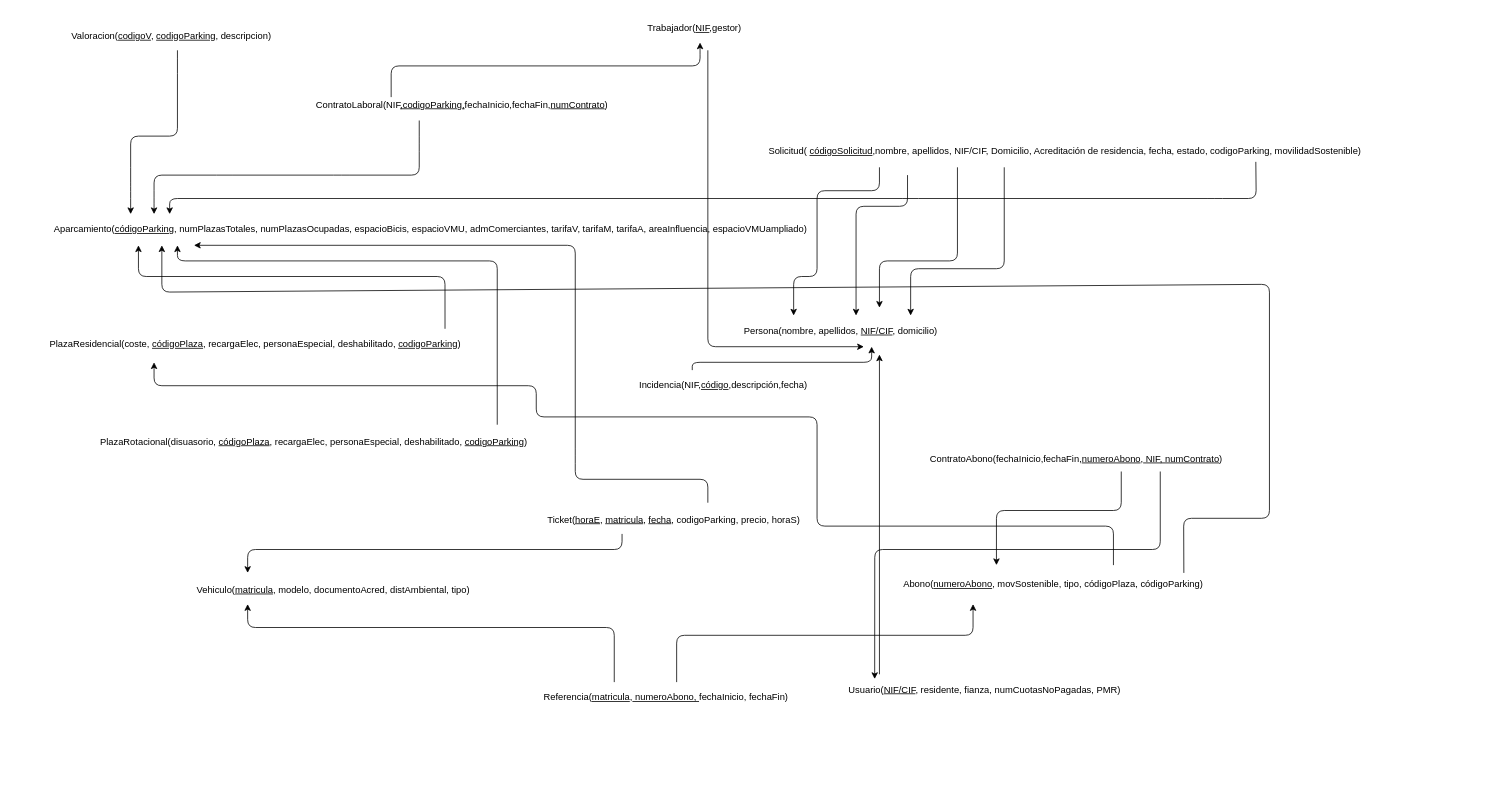
HylianPablo/ADBD keeps this draw.io diagram as diagrama_relacional.drawio. Above is the earlier version. Source tidied: cells renumbered, new cells numbered last; positions are measured from the earlier drawing's top-left corner, leaving out a move shared by most shapes. Both pictures are drawn from the tidied source at 78%, with x=0, y=0 at pixel (13, 19).
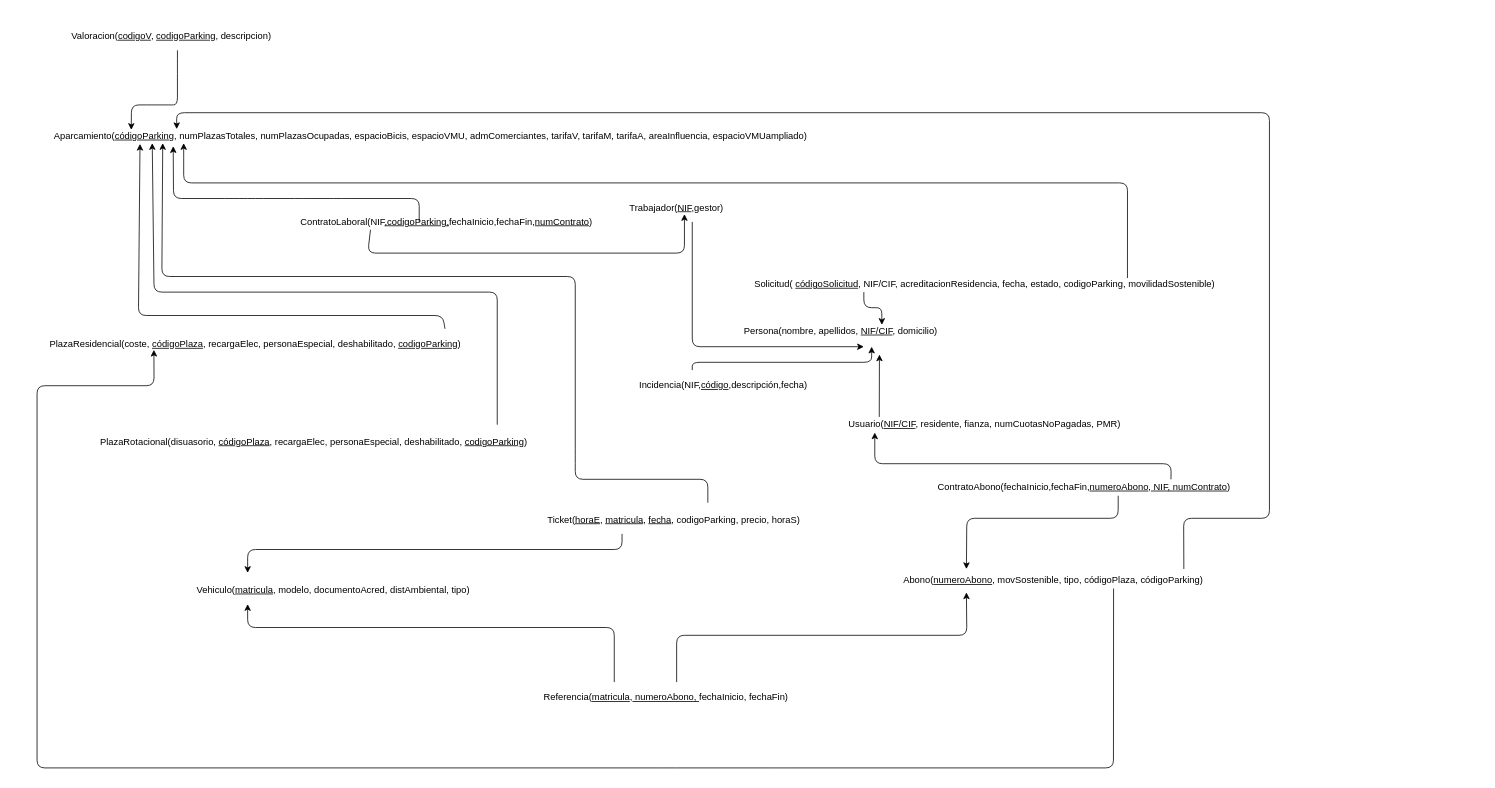
The same page after the edit.

Unchanged cells that the change refers to:
```xml
<mxCell id="6" value="&lt;p style=&quot;margin-bottom: 0cm ; line-height: 100%&quot; align=&quot;left&quot;&gt;&lt;span style=&quot;text-decoration: none&quot;&gt;PlazaResidencial(coste, &lt;/span&gt;&lt;u&gt;códigoPlaza&lt;/u&gt;&lt;span style=&quot;text-decoration: none&quot;&gt;, recargaElec, personaEspecial, deshabilitado, &lt;/span&gt;&lt;u&gt;codigoParking&lt;/u&gt;&lt;span style=&quot;text-decoration: none&quot;&gt;)&lt;/span&gt;&lt;/p&gt;" style="text;html=1;strokeColor=none;fillColor=none;align=center;verticalAlign=middle;whiteSpace=wrap;rounded=0;" parent="1" vertex="1">
  <mxGeometry y="400" width="620" height="20" as="geometry" />
</mxCell>
<mxCell id="35" value="Persona(nombre, apellidos, &lt;u&gt;NIF/CIF&lt;/u&gt;, domicilio)" style="text;html=1;align=center;verticalAlign=middle;points=[];" parent="1" vertex="1">
  <mxGeometry x="910" y="390" width="300" height="20" as="geometry" />
</mxCell>
```

Change to the diagram source:
```diff
@@
-    <mxCell id="2" value="&lt;div&gt;Solicitud( &lt;u&gt;códigoSolicitud&lt;/u&gt;&lt;span style=&quot;text-decoration: none&quot;&gt;,nombre, apellidos, NIF/CIF, Domicilio, Acreditación de residencia, fecha, estado, codigoParking, movilidadSostenible)&lt;/span&gt;&lt;/div&gt;" style="text;html=1;strokeColor=none;fillColor=none;align=center;verticalAlign=middle;whiteSpace=wrap;rounded=0;" parent="1" vertex="1">
-      <mxGeometry x="812.5" y="160" width="1070" height="20" as="geometry" />
+    <mxCell id="2" value="&lt;div&gt;Solicitud( &lt;u&gt;códigoSolicitud&lt;/u&gt;&lt;span style=&quot;text-decoration: none&quot;&gt;, NIF/CIF, acreditacionResidencia, fecha, estado, codigoParking, movilidadSostenible)&lt;/span&gt;&lt;/div&gt;" style="text;html=1;strokeColor=none;fillColor=none;align=center;verticalAlign=middle;whiteSpace=wrap;rounded=0;" parent="1" vertex="1">
+      <mxGeometry x="710" y="330" width="1070" height="20" as="geometry" />
     </mxCell>
     <mxCell id="3" value="&lt;div align=&quot;left&quot;&gt;&lt;span style=&quot;text-decoration: none&quot;&gt;Aparcamiento(&lt;/span&gt;&lt;u&gt;códigoParking&lt;/u&gt;&lt;span style=&quot;text-decoration: none&quot;&gt;,&lt;/span&gt;&lt;span style=&quot;text-decoration: none&quot;&gt; numPlazasTotales, numPlazasOcupadas,&lt;/span&gt;&lt;span style=&quot;text-decoration: none&quot;&gt;&amp;nbsp;espacioBicis, espacioVMU, admComerciantes, tarifaV, tarifaM, tarifaA&lt;/span&gt;&lt;span style=&quot;text-decoration: none&quot;&gt;, areaInfluencia, espacioVMUampliado)&lt;/span&gt;&lt;/div&gt;" style="text;html=1;points=[];align=left;verticalAlign=top;spacingTop=-4;" parent="1" vertex="1">
-      <mxGeometry x="50" y="260" width="1120" height="20" as="geometry" />
+      <mxGeometry x="50" y="140" width="1120" height="20" as="geometry" />
     </mxCell>
     <mxCell id="4" value="&lt;div align=&quot;left&quot;&gt;&lt;span style=&quot;text-decoration: none&quot;&gt;Abono(&lt;/span&gt;&lt;u&gt;numeroAbono&lt;/u&gt;&lt;span style=&quot;text-decoration: none&quot;&gt;, movSostenible, tipo, códigoPlaza, códigoParking)&lt;/span&gt;&lt;/div&gt;" style="text;html=1;strokeColor=none;fillColor=none;align=center;verticalAlign=middle;whiteSpace=wrap;rounded=0;" parent="1" vertex="1">
-      <mxGeometry x="1110" y="710" width="446" height="30" as="geometry" />
+      <mxGeometry x="1110" y="705" width="446" height="30" as="geometry" />
     </mxCell>
     <mxCell id="5" value="&lt;span style=&quot;text-decoration: none&quot;&gt;ContratoAbono(fechaInicio,fechaFin,&lt;/span&gt;&lt;u&gt;numeroAbono&lt;/u&gt;&lt;span style=&quot;text-decoration: none&quot;&gt;,&lt;/span&gt;&lt;u&gt;&amp;nbsp;NIF, numContrato&lt;/u&gt;&lt;span style=&quot;text-decoration: none&quot;&gt;)&lt;/span&gt;" style="text;html=1;strokeColor=none;fillColor=none;align=center;verticalAlign=middle;whiteSpace=wrap;rounded=0;" parent="1" vertex="1">
-      <mxGeometry x="1140" y="554" width="445" height="20" as="geometry" />
+      <mxGeometry x="1150" y="590" width="445" height="20" as="geometry" />
     </mxCell>
@@
     <mxCell id="8" value="&lt;span style=&quot;text-decoration: none&quot;&gt;Usuario(&lt;/span&gt;&lt;span style=&quot;text-decoration: none&quot;&gt;&lt;u&gt;NIF/CIF&lt;/u&gt;, residente, fianza, numCuotasNoPagadas, PMR)&lt;/span&gt;" style="text;html=1;strokeColor=none;fillColor=none;align=center;verticalAlign=middle;whiteSpace=wrap;rounded=0;" parent="1" vertex="1">
-      <mxGeometry x="1000" y="850" width="490" height="20" as="geometry" />
+      <mxGeometry x="1000" y="510" width="490" height="20" as="geometry" />
     </mxCell>
     <mxCell id="9" value="&lt;p style=&quot;margin-bottom: 0cm ; line-height: 100%&quot;&gt;&lt;span style=&quot;text-decoration: none&quot;&gt;Trabajador(&lt;/span&gt;&lt;u&gt;NIF&lt;/u&gt;&lt;span style=&quot;text-decoration: none&quot;&gt;,gestor)&lt;/span&gt;&lt;/p&gt;" style="text;html=1;strokeColor=none;fillColor=none;align=center;verticalAlign=middle;whiteSpace=wrap;rounded=0;" parent="1" vertex="1">
-      <mxGeometry x="723" width="300" height="10" as="geometry" />
+      <mxGeometry x="700" y="230" width="300" height="10" as="geometry" />
     </mxCell>
@@
-    <mxCell id="14" style="endArrow=classic;html=1;" parent="1" edge="1">
+    <mxCell id="14" style="endArrow=classic;html=1;entryX=0.138;entryY=1.15;entryDx=0;entryDy=0;entryPerimeter=0;exitX=0.41;exitY=0.5;exitDx=0;exitDy=0;exitPerimeter=0;" parent="1" edge="1" source="19" target="3">
       <mxGeometry relative="1" as="geometry">
-        <mxPoint x="520" y="130" as="sourcePoint" />
-        <mxPoint x="180" y="250" as="targetPoint" />
         <Array as="points">
-          <mxPoint x="520" y="130" />
-          <mxPoint x="520" y="160" />
-          <mxPoint x="520" y="200" />
-          <mxPoint x="420" y="200" />
-          <mxPoint x="270" y="200" />
-          <mxPoint x="180" y="200" />
-          <mxPoint x="180" y="230" />
+          <mxPoint x="520" y="230" />
+          <mxPoint x="420" y="230" />
+          <mxPoint x="370" y="230" />
+          <mxPoint x="310" y="230" />
+          <mxPoint x="280" y="230" />
+          <mxPoint x="205" y="230" />
         </Array>
       </mxGeometry>
     </mxCell>
-    <mxCell id="15" style="endArrow=classic;html=1;" parent="1" edge="1">
+    <mxCell id="15" style="endArrow=classic;html=1;entryX=0.09;entryY=0.1;entryDx=0;entryDy=0;entryPerimeter=0;" parent="1" edge="1" target="3">
       <mxGeometry relative="1" as="geometry">
         <mxPoint x="210" y="40" as="sourcePoint" />
-        <mxPoint x="150" y="250" as="targetPoint" />
         <Array as="points">
           <mxPoint x="210" y="60" />
-          <mxPoint x="210" y="150" />
-          <mxPoint x="150" y="150" />
-          <mxPoint x="150" y="200" />
-          <mxPoint x="150" y="220" />
+          <mxPoint x="210" y="110" />
+          <mxPoint x="200" y="110" />
+          <mxPoint x="180" y="110" />
+          <mxPoint x="151" y="110" />
         </Array>
       </mxGeometry>
     </mxCell>
@@
-    <mxCell id="17" style="endArrow=classic;html=1;entryX=0.212;entryY=-0.2;entryDx=0;entryDy=0;entryPerimeter=0;" parent="1" edge="1" target="8">
+    <mxCell id="17" style="endArrow=classic;html=1;exitX=0.75;exitY=0;exitDx=0;exitDy=0;" parent="1" edge="1" source="5">
       <mxGeometry relative="1" as="geometry">
-        <mxPoint x="1470" y="580" as="sourcePoint" />
+        <mxPoint x="1104" y="530" as="targetPoint" />
         <Array as="points">
-          <mxPoint x="1470" y="680" />
-          <mxPoint x="1104" y="680" />
+          <mxPoint x="1484" y="570" />
+          <mxPoint x="1104" y="570" />
         </Array>
       </mxGeometry>
     </mxCell>
-    <mxCell id="18" style="endArrow=classic;html=1;" parent="1" edge="1">
+    <mxCell id="18" style="endArrow=classic;html=1;exitX=0.25;exitY=1;exitDx=0;exitDy=0;" parent="1" edge="1" source="19">
       <mxGeometry relative="1" as="geometry">
-        <mxPoint x="484" y="100" as="sourcePoint" />
-        <mxPoint x="880" y="30" as="targetPoint" />
+        <mxPoint x="860" y="250" as="targetPoint" />
         <Array as="points">
-          <mxPoint x="484" y="60" />
-          <mxPoint x="880" y="60" />
-          <mxPoint x="880" y="40" />
+          <mxPoint x="454" y="300" />
+          <mxPoint x="860" y="300" />
         </Array>
       </mxGeometry>
     </mxCell>
     <mxCell id="19" value="ContratoLaboral(NIF&lt;u&gt;,codigoParking,&lt;/u&gt;fechaInicio,fechaFin,&lt;u&gt;numContrato&lt;/u&gt;)" style="text;html=1;strokeColor=none;fillColor=none;align=center;verticalAlign=middle;whiteSpace=wrap;rounded=0;" parent="1" vertex="1">
-      <mxGeometry x="380" y="100" width="390" height="20" as="geometry" />
+      <mxGeometry x="360" y="250" width="390" height="20" as="geometry" />
     </mxCell>
-    <mxCell id="20" style="endArrow=classic;html=1;exitX=0.729;exitY=1.15;exitDx=0;exitDy=0;exitPerimeter=0;" parent="1" edge="1" source="2">
+    <mxCell id="20" style="endArrow=classic;html=1;exitX=0.671;exitY=0.1;exitDx=0;exitDy=0;exitPerimeter=0;entryX=0.15;entryY=0.95;entryDx=0;entryDy=0;entryPerimeter=0;" parent="1" edge="1" source="2" target="3">
       <mxGeometry relative="1" as="geometry">
-        <mxPoint x="200" y="250" as="targetPoint" />
         <Array as="points">
-          <mxPoint x="1593" y="230" />
-          <mxPoint x="1540" y="230" />
-          <mxPoint x="1150" y="230" />
-          <mxPoint x="200" y="230" />
+          <mxPoint x="1428" y="210" />
+          <mxPoint x="218" y="210" />
         </Array>
       </mxGeometry>
     </mxCell>
-    <mxCell id="21" style="endArrow=classic;html=1;exitX=0.892;exitY=-0.149;exitDx=0;exitDy=0;exitPerimeter=0;" parent="1" edge="1" source="6">
+    <mxCell id="21" style="endArrow=classic;html=1;exitX=0.892;exitY=-0.149;exitDx=0;exitDy=0;exitPerimeter=0;entryX=0.1;entryY=1;entryDx=0;entryDy=0;entryPerimeter=0;" parent="1" edge="1" source="6" target="3">
       <mxGeometry relative="1" as="geometry">
-        <mxPoint x="160" y="290" as="targetPoint" />
         <Array as="points">
-          <mxPoint x="553" y="330" />
-          <mxPoint x="160" y="330" />
+          <mxPoint x="550" y="380" />
+          <mxPoint x="160" y="380" />
         </Array>
       </mxGeometry>
     </mxCell>
-    <mxCell id="22" style="endArrow=classic;html=1;" parent="1" edge="1">
+    <mxCell id="22" style="endArrow=classic;html=1;entryX=0.114;entryY=0.95;entryDx=0;entryDy=0;entryPerimeter=0;" parent="1" edge="1" target="3">
       <mxGeometry relative="1" as="geometry">
         <mxPoint x="620" y="520" as="sourcePoint" />
-        <mxPoint x="210" y="290" as="targetPoint" />
         <Array as="points">
-          <mxPoint x="620" y="310" />
-          <mxPoint x="210" y="310" />
+          <mxPoint x="620" y="350" />
+          <mxPoint x="180" y="350" />
         </Array>
       </mxGeometry>
     </mxCell>
@@
-    <mxCell id="24" style="endArrow=classic;html=1;" parent="1" edge="1">
+    <mxCell id="24" style="endArrow=classic;html=1;entryX=0.25;entryY=1;entryDx=0;entryDy=0;" parent="1" edge="1" target="4">
       <mxGeometry relative="1" as="geometry">
         <mxPoint x="850" y="850" as="sourcePoint" />
-        <mxPoint x="1230" y="750" as="targetPoint" />
         <Array as="points">
           <mxPoint x="850" y="790" />
-          <mxPoint x="1230" y="790" />
+          <mxPoint x="1222" y="790" />
         </Array>
       </mxGeometry>
     </mxCell>
-    <mxCell id="25" style="endArrow=classic;html=1;" parent="1" edge="1">
+    <mxCell id="25" style="endArrow=classic;html=1;exitX=0.598;exitY=1.05;exitDx=0;exitDy=0;exitPerimeter=0;entryX=0.25;entryY=0;entryDx=0;entryDy=0;" parent="1" edge="1" source="5" target="4">
       <mxGeometry relative="1" as="geometry">
-        <mxPoint x="1420" y="580" as="sourcePoint" />
-        <mxPoint x="1260" y="700" as="targetPoint" />
         <Array as="points">
-          <mxPoint x="1420" y="630" />
-          <mxPoint x="1260" y="630" />
+          <mxPoint x="1416" y="640" />
+          <mxPoint x="1222" y="640" />
         </Array>
       </mxGeometry>
     </mxCell>
@@
-    <mxCell id="28" style="endArrow=classic;html=1;" parent="1" edge="1">
-      <mxGeometry relative="1" as="geometry">
-        <mxPoint x="1110" y="190" as="sourcePoint" />
-        <mxPoint x="1000" y="380" as="targetPoint" />
-        <Array as="points">
-          <mxPoint x="1110" y="220" />
-          <mxPoint x="1030" y="220" />
-          <mxPoint x="1030" y="330" />
-          <mxPoint x="1000" y="330" />
-        </Array>
-      </mxGeometry>
-    </mxCell>
-    <mxCell id="29" style="endArrow=classic;html=1;" parent="1" edge="1">
-      <mxGeometry relative="1" as="geometry">
-        <mxPoint x="1146" y="200" as="sourcePoint" />
-        <mxPoint x="1080" y="380" as="targetPoint" />
-        <Array as="points">
-          <mxPoint x="1146" y="240" />
-          <mxPoint x="1080" y="240" />
-        </Array>
-      </mxGeometry>
-    </mxCell>
-    <mxCell id="30" style="endArrow=classic;html=1;" parent="1" edge="1">
+    <mxCell id="30" style="endArrow=classic;html=1;entryX=0.677;entryY=0.1;entryDx=0;entryDy=0;entryPerimeter=0;" parent="1" edge="1" target="35">
       <mxGeometry relative="1" as="geometry">
-        <mxPoint x="1210" y="190" as="sourcePoint" />
-        <mxPoint x="1110" y="370" as="targetPoint" />
+        <mxPoint x="1090" y="350" as="sourcePoint" />
         <Array as="points">
-          <mxPoint x="1210" y="310" />
-          <mxPoint x="1110" y="310" />
+          <mxPoint x="1090" y="370" />
+          <mxPoint x="1113" y="370" />
         </Array>
       </mxGeometry>
     </mxCell>
-    <mxCell id="31" style="endArrow=classic;html=1;" parent="1" edge="1">
-      <mxGeometry relative="1" as="geometry">
-        <mxPoint x="1270" y="190" as="sourcePoint" />
-        <mxPoint x="1150" y="380" as="targetPoint" />
-        <Array as="points">
-          <mxPoint x="1270" y="320" />
-          <mxPoint x="1150" y="320" />
-        </Array>
-      </mxGeometry>
-    </mxCell>
-    <mxCell id="32" style="endArrow=classic;html=1;" parent="1" edge="1">
+    <mxCell id="32" style="endArrow=classic;html=1;entryX=0.126;entryY=0.95;entryDx=0;entryDy=0;entryPerimeter=0;" parent="1" edge="1" target="3">
       <mxGeometry relative="1" as="geometry">
         <mxPoint x="890" y="620" as="sourcePoint" />
-        <mxPoint x="231.2" y="290" as="targetPoint" />
         <Array as="points">
           <mxPoint x="890" y="590" />
           <mxPoint x="720" y="590" />
           <mxPoint x="720" y="560" />
-          <mxPoint x="720" y="290" />
+          <mxPoint x="720" y="330" />
+          <mxPoint x="190" y="330" />
         </Array>
       </mxGeometry>
     </mxCell>
-    <mxCell id="33" style="endArrow=classic;html=1;" parent="1" edge="1">
+    <mxCell id="33" style="endArrow=classic;html=1;exitX=0.673;exitY=0.833;exitDx=0;exitDy=0;exitPerimeter=0;entryX=0.29;entryY=1.2;entryDx=0;entryDy=0;entryPerimeter=0;" parent="1" edge="1" source="4" target="6">
       <mxGeometry relative="1" as="geometry">
-        <mxPoint x="1410" y="700" as="sourcePoint" />
-        <mxPoint x="180" y="440" as="targetPoint" />
         <Array as="points">
-          <mxPoint x="1410" y="650" />
-          <mxPoint x="1030" y="650" />
-          <mxPoint x="1030" y="510" />
-          <mxPoint x="670" y="510" />
-          <mxPoint x="670" y="470" />
+          <mxPoint x="1410" y="960" />
+          <mxPoint x="980" y="960" />
+          <mxPoint x="840" y="960" />
+          <mxPoint x="30" y="960" />
+          <mxPoint x="30" y="470" />
           <mxPoint x="180" y="470" />
         </Array>
       </mxGeometry>
     </mxCell>
-    <mxCell id="34" style="endArrow=classic;html=1;exitX=0.875;exitY=0;exitDx=0;exitDy=0;exitPerimeter=0;" parent="1" edge="1" source="4">
+    <mxCell id="34" style="endArrow=classic;html=1;exitX=0.875;exitY=0;exitDx=0;exitDy=0;exitPerimeter=0;entryX=0.142;entryY=0.05;entryDx=0;entryDy=0;entryPerimeter=0;" parent="1" edge="1" source="4" target="3">
       <mxGeometry relative="1" as="geometry">
-        <mxPoint x="190" y="290" as="targetPoint" />
         <Array as="points">
           <mxPoint x="1500" y="640" />
           <mxPoint x="1610" y="640" />
-          <mxPoint x="1610" y="340" />
-          <mxPoint x="190" y="350" />
+          <mxPoint x="1610" y="120" />
+          <mxPoint x="209" y="120" />
         </Array>
       </mxGeometry>
     </mxCell>
@@
     <mxCell id="36" style="endArrow=classic;html=1;" parent="1" edge="1">
       <mxGeometry relative="1" as="geometry">
-        <mxPoint x="890" y="40" as="sourcePoint" />
+        <mxPoint x="870" y="260" as="sourcePoint" />
         <mxPoint x="1090" y="420" as="targetPoint" />
         <Array as="points">
-          <mxPoint x="890" y="420" />
+          <mxPoint x="870" y="420" />
         </Array>
       </mxGeometry>
     </mxCell>
-    <mxCell id="37" style="endArrow=classic;html=1;" parent="1" edge="1">
+    <mxCell id="37" style="endArrow=classic;html=1;exitX=0.224;exitY=0;exitDx=0;exitDy=0;exitPerimeter=0;" parent="1" edge="1" source="8">
       <mxGeometry relative="1" as="geometry">
-        <mxPoint x="1110" y="840" as="sourcePoint" />
         <mxPoint x="1110" y="430" as="targetPoint" />
       </mxGeometry>
     </mxCell>
```
